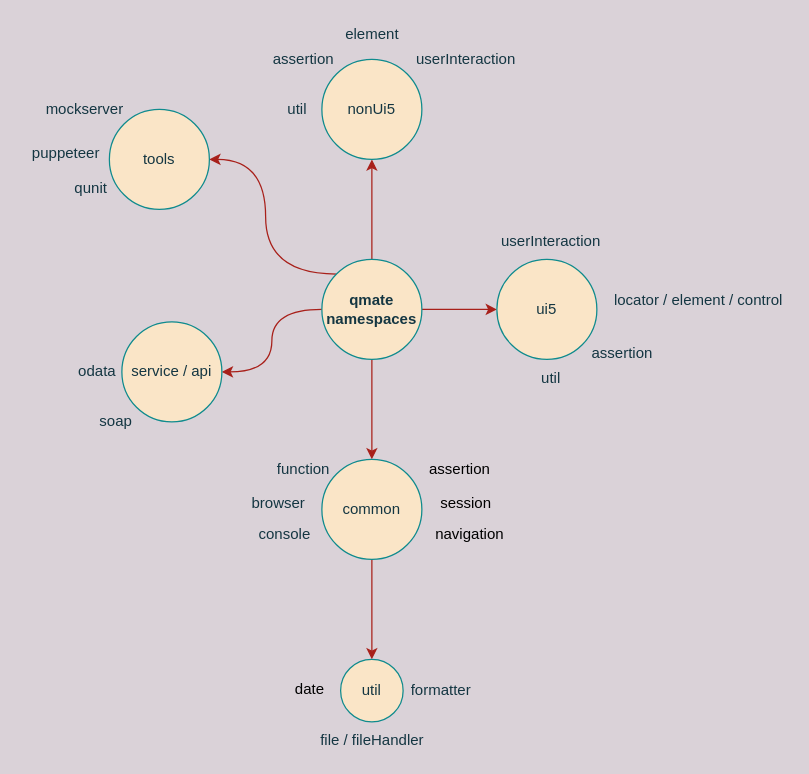
This is reuse/structure.drawio from SAP/wdio-qmate-service, a draw.io file, before an edit. Source tidied: cells renumbered, new cells numbered last; positions are measured from the earlier drawing's top-left corner, leaving out a move shared by most shapes. Both pictures are drawn from the tidied source at 125%, with x=0, y=0 at pixel (21, 21).
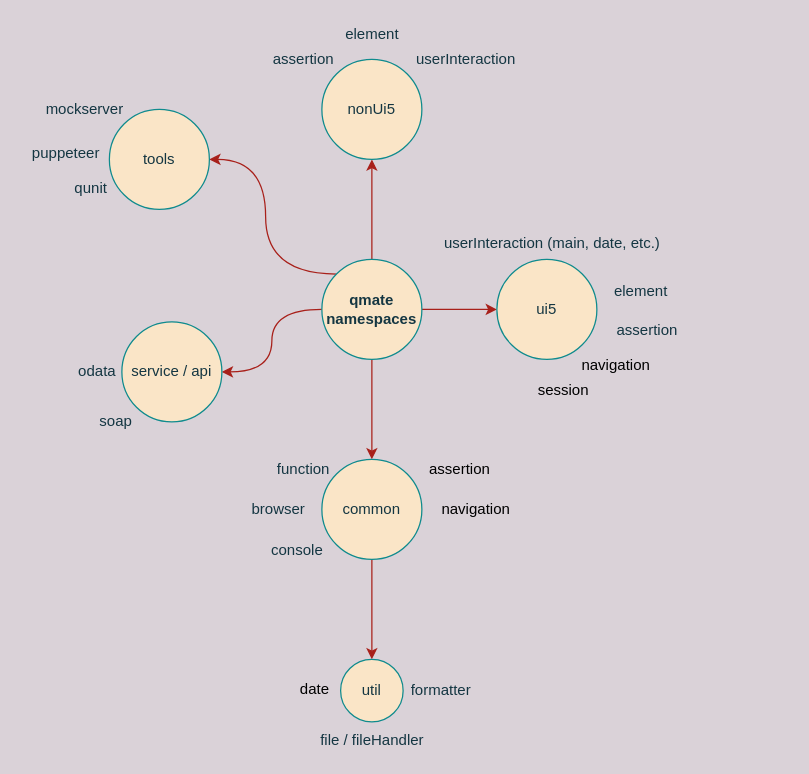
The same diagram, later.

What changed in the source:
```diff
@@
     <mxCell id="12" value="assertion" style="text;html=1;align=center;verticalAlign=middle;strokeColor=none;fontColor=#143642;" parent="1" vertex="1">
-      <mxGeometry x="450" y="255" width="60" height="20" as="geometry" />
+      <mxGeometry x="470" y="237" width="60" height="20" as="geometry" />
     </mxCell>
-    <mxCell id="13" value="util" style="text;html=1;align=center;verticalAlign=middle;strokeColor=none;fontColor=#143642;" parent="1" vertex="1">
-      <mxGeometry x="408" y="275" width="30" height="20" as="geometry" />
-    </mxCell>
-    <mxCell id="14" value="locator / element / control" style="text;html=1;align=center;verticalAlign=middle;strokeColor=none;fontColor=#143642;" parent="1" vertex="1">
-      <mxGeometry x="468" y="214" width="145" height="17" as="geometry" />
+    <mxCell id="14" value="element" style="text;html=1;align=center;verticalAlign=middle;strokeColor=none;fontColor=#143642;" parent="1" vertex="1">
+      <mxGeometry x="468" y="207" width="53" height="17" as="geometry" />
     </mxCell>
@@
-    <mxCell id="17" value="util" style="text;html=1;align=center;verticalAlign=middle;strokeColor=none;fontColor=#143642;" parent="1" vertex="1">
-      <mxGeometry x="205" y="60" width="30" height="20" as="geometry" />
-    </mxCell>
@@
     <mxCell id="24" value="navigation" style="text;html=1;align=center;verticalAlign=middle;strokeColor=none;fontColor=#000000;" parent="1" vertex="1">
-      <mxGeometry x="323" y="400" width="70" height="20" as="geometry" />
+      <mxGeometry x="328" y="380" width="70" height="20" as="geometry" />
     </mxCell>
     <mxCell id="25" value="session" style="text;html=1;align=center;verticalAlign=middle;strokeColor=none;fontColor=#000000;" parent="1" vertex="1">
-      <mxGeometry x="325" y="375" width="60" height="20" as="geometry" />
+      <mxGeometry x="403" y="285" width="60" height="20" as="geometry" />
     </mxCell>
-    <mxCell id="26" value="userInteraction" style="text;html=1;align=center;verticalAlign=middle;strokeColor=none;fontColor=#143642;" parent="1" vertex="1">
-      <mxGeometry x="378" y="166" width="90" height="20" as="geometry" />
+    <mxCell id="26" value="userInteraction (main, date, etc.)" style="text;html=1;align=center;verticalAlign=middle;strokeColor=none;fontColor=#143642;" parent="1" vertex="1">
+      <mxGeometry x="332" y="168" width="183" height="17" as="geometry" />
     </mxCell>
@@
     <mxCell id="28" value="browser" style="text;html=1;align=center;verticalAlign=middle;strokeColor=none;fontColor=#143642;" parent="1" vertex="1">
-      <mxGeometry x="175" y="375" width="60" height="20" as="geometry" />
+      <mxGeometry x="175" y="380" width="60" height="20" as="geometry" />
     </mxCell>
     <mxCell id="29" value="console" style="text;html=1;align=center;verticalAlign=middle;strokeColor=none;fontColor=#143642;" parent="1" vertex="1">
-      <mxGeometry x="180" y="400" width="60" height="20" as="geometry" />
+      <mxGeometry x="190" y="413" width="60" height="20" as="geometry" />
     </mxCell>
@@
     <mxCell id="36" value="&lt;font color=&quot;#000000&quot;&gt;date&lt;/font&gt;" style="text;html=1;align=center;verticalAlign=middle;strokeColor=none;" parent="1" vertex="1">
-      <mxGeometry x="213" y="525" width="33" height="17" as="geometry" />
+      <mxGeometry x="217" y="525" width="33" height="17" as="geometry" />
     </mxCell>
+    <mxCell id="37" value="navigation" style="text;html=1;align=center;verticalAlign=middle;strokeColor=none;fontColor=#000000;" parent="1" vertex="1">
+      <mxGeometry x="440" y="265" width="70" height="20" as="geometry" />
+    </mxCell>
```
